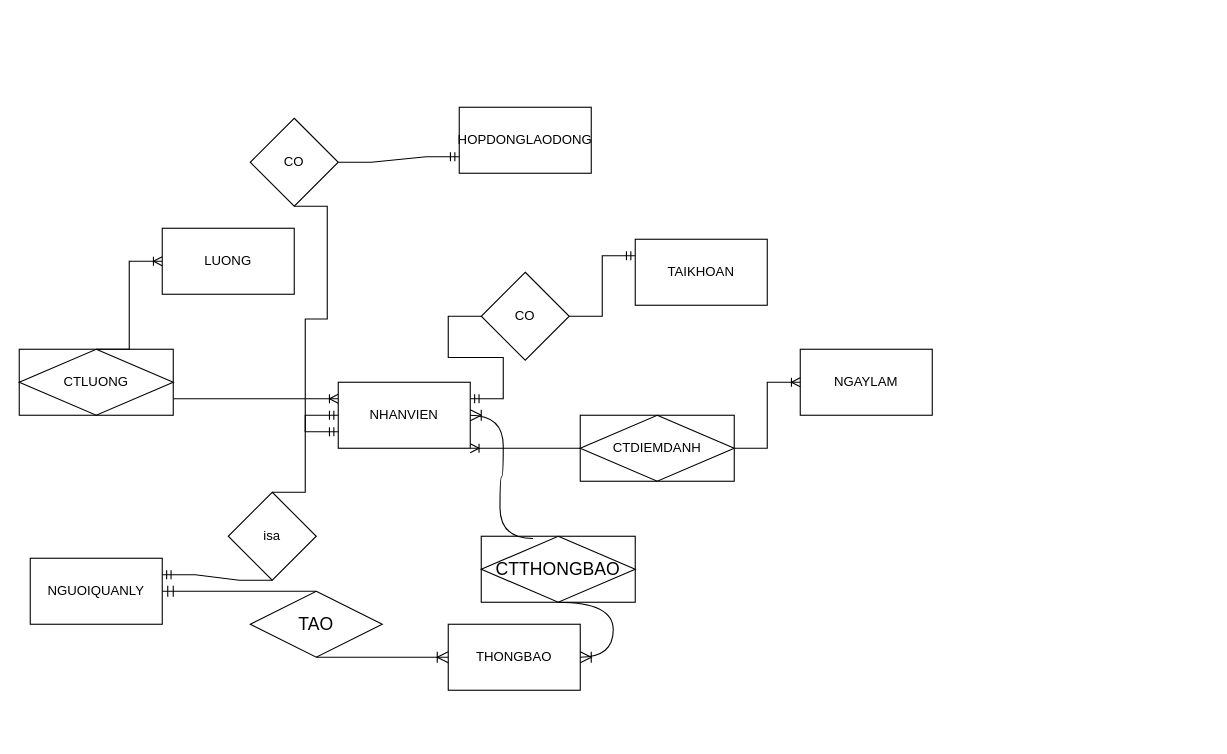
The draw.io diagram page "Trang-2" (2 of 2) of Biểu đồ không có tiêu đề.drawio in VanTruongPTITHCM2002/DoAnJava, before the edit. Source tidied: cells renumbered, new cells numbered last; positions are measured from the earlier drawing's top-left corner, leaving out a move shared by most shapes. Both pictures are drawn from the tidied source at 110%, with x=0, y=0 at pixel (19, 107).
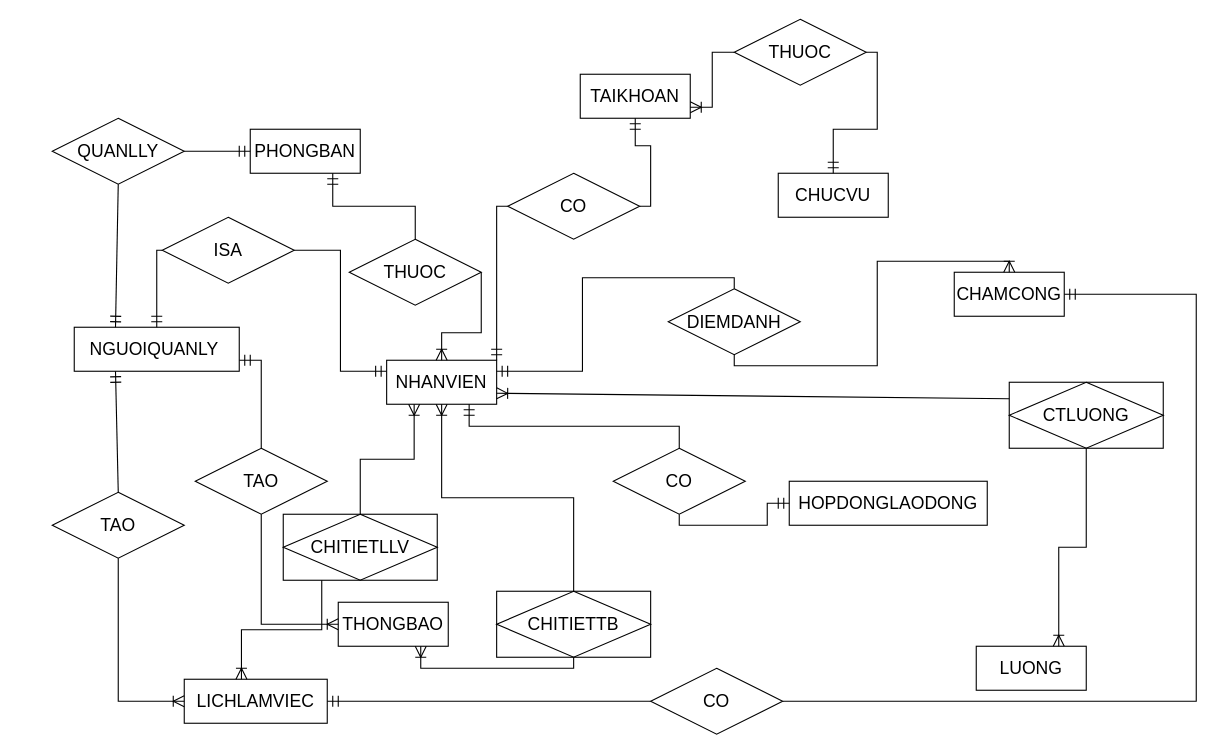
The same page after the edit.

Diff of the diagram source:
```diff
@@
-    <mxCell id="2" value="NHANVIEN" style="rounded=0;whiteSpace=wrap;html=1;" parent="1" vertex="1">
-      <mxGeometry x="290" y="250" width="120" height="60" as="geometry" />
+    <mxCell id="2" value="NHANVIEN" style="whiteSpace=wrap;html=1;align=center;fontSize=16;" parent="1" vertex="1">
+      <mxGeometry x="334" y="230" width="100" height="40" as="geometry" />
     </mxCell>
+    <mxCell id="6" value="TAIKHOAN" style="whiteSpace=wrap;html=1;align=center;fontSize=16;" parent="1" vertex="1">
+      <mxGeometry x="510" y="-30" width="100" height="40" as="geometry" />
+    </mxCell>
+    <mxCell id="4" value="NGUOIQUANLY&lt;span style=&quot;white-space: pre;&quot;&gt; &lt;/span&gt;" style="whiteSpace=wrap;html=1;align=center;fontSize=16;" parent="1" vertex="1">
+      <mxGeometry x="50" y="200" width="150" height="40" as="geometry" />
+    </mxCell>
+    <mxCell id="7" value="HOPDONGLAODONG" style="whiteSpace=wrap;html=1;align=center;fontSize=16;" parent="1" vertex="1">
+      <mxGeometry x="700" y="340" width="180" height="40" as="geometry" />
+    </mxCell>
+    <mxCell id="5" value="THONGBAO" style="whiteSpace=wrap;html=1;align=center;fontSize=16;" parent="1" vertex="1">
+      <mxGeometry x="290" y="450" width="100" height="40" as="geometry" />
+    </mxCell>
-    <mxCell id="3" value="LUONG" style="rounded=0;whiteSpace=wrap;html=1;rotation=0;" parent="1" vertex="1">
-      <mxGeometry x="130" y="110" width="120" height="60" as="geometry" />
+    <mxCell id="3" value="LUONG" style="whiteSpace=wrap;html=1;align=center;fontSize=16;" parent="1" vertex="1">
+      <mxGeometry x="870" y="490" width="100" height="40" as="geometry" />
     </mxCell>
-    <mxCell id="4" value="NGUOIQUANLY" style="rounded=0;whiteSpace=wrap;html=1;" parent="1" vertex="1">
-      <mxGeometry x="10" y="410" width="120" height="60" as="geometry" />
-    </mxCell>
-    <mxCell id="5" value="THONGBAO" style="rounded=0;whiteSpace=wrap;html=1;" parent="1" vertex="1">
-      <mxGeometry x="390" y="470" width="120" height="60" as="geometry" />
-    </mxCell>
-    <mxCell id="6" value="TAIKHOAN" style="rounded=0;whiteSpace=wrap;html=1;" parent="1" vertex="1">
-      <mxGeometry x="560" y="120" width="120" height="60" as="geometry" />
-    </mxCell>
-    <mxCell id="7" value="HOPDONGLAODONG" style="rounded=0;whiteSpace=wrap;html=1;direction=east;" parent="1" vertex="1">
-      <mxGeometry x="400" width="120" height="60" as="geometry" />
-    </mxCell>
-    <mxCell id="8" value="NGAYLAM" style="rounded=0;whiteSpace=wrap;html=1;" parent="1" vertex="1">
-      <mxGeometry x="710" y="220" width="120" height="60" as="geometry" />
-    </mxCell>
-    <mxCell id="9" value="isa" style="rhombus;whiteSpace=wrap;html=1;" parent="1" vertex="1">
-      <mxGeometry x="190" y="350" width="80" height="80" as="geometry" />
-    </mxCell>
-    <mxCell id="10" style="edgeStyle=entityRelationEdgeStyle;fontSize=12;html=1;endArrow=ERmandOne;rounded=0;entryX=1;entryY=0.25;entryDx=0;entryDy=0;exitX=0.5;exitY=1;exitDx=0;exitDy=0;" parent="1" edge="1" source="9" target="4">
-      <mxGeometry relative="1" as="geometry" />
-    </mxCell>
-    <mxCell id="11" style="edgeStyle=entityRelationEdgeStyle;fontSize=12;html=1;endArrow=ERmandOne;rounded=0;exitX=0.5;exitY=0;exitDx=0;exitDy=0;" parent="1" edge="1" source="9" target="2">
-      <mxGeometry relative="1" as="geometry" />
-    </mxCell>
-    <mxCell id="12" style="edgeStyle=entityRelationEdgeStyle;fontSize=12;html=1;endArrow=ERmandOne;rounded=0;exitX=0;exitY=0.5;exitDx=0;exitDy=0;entryX=1;entryY=0.25;entryDx=0;entryDy=0;" parent="1" edge="1" source="13" target="2">
-      <mxGeometry relative="1" as="geometry" />
-    </mxCell>
-    <mxCell id="13" value="CO" style="rhombus;whiteSpace=wrap;html=1;" parent="1" vertex="1">
-      <mxGeometry x="420" y="150" width="80" height="80" as="geometry" />
-    </mxCell>
-    <mxCell id="14" style="edgeStyle=entityRelationEdgeStyle;fontSize=12;html=1;endArrow=ERmandOne;rounded=0;exitX=1;exitY=0.5;exitDx=0;exitDy=0;entryX=0;entryY=0.25;entryDx=0;entryDy=0;" parent="1" edge="1" source="13" target="6">
-      <mxGeometry relative="1" as="geometry" />
-    </mxCell>
+    <mxCell id="31" value="CHUCVU" style="whiteSpace=wrap;html=1;align=center;fontSize=16;" parent="1" vertex="1">
+      <mxGeometry x="690" y="60" width="100" height="40" as="geometry" />
+    </mxCell>
+    <mxCell id="32" value="CHAMCONG" style="whiteSpace=wrap;html=1;align=center;fontSize=16;" parent="1" vertex="1">
+      <mxGeometry x="850" y="150" width="100" height="40" as="geometry" />
+    </mxCell>
+    <mxCell id="33" value="ISA" style="shape=rhombus;perimeter=rhombusPerimeter;whiteSpace=wrap;html=1;align=center;fontSize=16;" parent="1" vertex="1">
+      <mxGeometry x="130" y="100" width="120" height="60" as="geometry" />
+    </mxCell>
+    <mxCell id="34" style="fontSize=12;html=1;endArrow=ERmandOne;rounded=0;startSize=8;endSize=8;exitX=0;exitY=0.5;exitDx=0;exitDy=0;entryX=0.5;entryY=0;entryDx=0;entryDy=0;edgeStyle=orthogonalEdgeStyle;" parent="1" edge="1" source="33" target="4">
+      <mxGeometry relative="1" as="geometry">
+        <Array as="points">
+          <mxPoint x="125" y="130" />
+        </Array>
+      </mxGeometry>
+    </mxCell>
+    <mxCell id="35" style="fontSize=12;html=1;endArrow=ERmandOne;rounded=0;startSize=8;endSize=8;exitX=1;exitY=0.5;exitDx=0;exitDy=0;entryX=0;entryY=0.25;entryDx=0;entryDy=0;edgeStyle=orthogonalEdgeStyle;" parent="1" edge="1" source="33" target="2">
+      <mxGeometry relative="1" as="geometry" />
+    </mxCell>
+    <mxCell id="36" value="LICHLAMVIEC" style="whiteSpace=wrap;html=1;align=center;fontSize=16;" parent="1" vertex="1">
+      <mxGeometry x="150" y="520" width="130" height="40" as="geometry" />
+    </mxCell>
+    <mxCell id="37" value="CO" style="shape=rhombus;perimeter=rhombusPerimeter;whiteSpace=wrap;html=1;align=center;fontSize=16;" parent="1" vertex="1">
+      <mxGeometry x="444" y="60" width="120" height="60" as="geometry" />
+    </mxCell>
+    <mxCell id="38" style="fontSize=12;html=1;endArrow=ERmandOne;rounded=0;startSize=8;endSize=8;exitX=0;exitY=0.5;exitDx=0;exitDy=0;entryX=1;entryY=0;entryDx=0;entryDy=0;edgeStyle=orthogonalEdgeStyle;" parent="1" edge="1" source="37" target="2">
+      <mxGeometry relative="1" as="geometry" />
+    </mxCell>
+    <mxCell id="39" style="edgeStyle=none;rounded=0;orthogonalLoop=1;jettySize=auto;html=1;exitX=1;exitY=0;exitDx=0;exitDy=0;fontSize=12;startSize=8;endSize=8;" parent="1" edge="1" source="37" target="37">
+      <mxGeometry relative="1" as="geometry" />
+    </mxCell>
+    <mxCell id="40" style="fontSize=12;html=1;endArrow=ERmandOne;rounded=0;startSize=8;endSize=8;exitX=1;exitY=0.5;exitDx=0;exitDy=0;entryX=0.5;entryY=1;entryDx=0;entryDy=0;edgeStyle=orthogonalEdgeStyle;" parent="1" edge="1" source="37" target="6">
+      <mxGeometry relative="1" as="geometry" />
+    </mxCell>
+    <mxCell id="41" style="fontSize=12;html=1;endArrow=ERmandOne;rounded=0;startSize=8;endSize=8;exitX=0.5;exitY=0;exitDx=0;exitDy=0;entryX=0.75;entryY=1;entryDx=0;entryDy=0;edgeStyle=orthogonalEdgeStyle;" parent="1" edge="1" source="64" target="2">
+      <mxGeometry relative="1" as="geometry" />
+    </mxCell>
+    <mxCell id="42" style="fontSize=12;html=1;endArrow=ERmandOne;rounded=0;startSize=8;endSize=8;exitX=0.5;exitY=1;exitDx=0;exitDy=0;edgeStyle=orthogonalEdgeStyle;" parent="1" edge="1" source="64" target="7">
+      <mxGeometry relative="1" as="geometry" />
+    </mxCell>
+    <mxCell id="43" value="PHONGBAN" style="whiteSpace=wrap;html=1;align=center;fontSize=16;" parent="1" vertex="1">
+      <mxGeometry x="210" y="20" width="100" height="40" as="geometry" />
+    </mxCell>
+    <mxCell id="44" style="fontSize=12;html=1;endArrow=ERmandOne;rounded=0;startSize=8;endSize=8;exitX=0.5;exitY=0;exitDx=0;exitDy=0;edgeStyle=orthogonalEdgeStyle;entryX=1;entryY=0.75;entryDx=0;entryDy=0;" parent="1" edge="1" source="45" target="4">
+      <mxGeometry relative="1" as="geometry" />
+    </mxCell>
+    <mxCell id="45" value="TAO" style="shape=rhombus;perimeter=rhombusPerimeter;whiteSpace=wrap;html=1;align=center;fontSize=16;" parent="1" vertex="1">
+      <mxGeometry x="160" y="310" width="120" height="60" as="geometry" />
+    </mxCell>
+    <mxCell id="46" style="fontSize=12;html=1;endArrow=ERoneToMany;rounded=0;startSize=8;endSize=8;exitX=0.5;exitY=1;exitDx=0;exitDy=0;entryX=0;entryY=0.5;entryDx=0;entryDy=0;edgeStyle=orthogonalEdgeStyle;" parent="1" edge="1" source="45" target="5">
+      <mxGeometry relative="1" as="geometry" />
+    </mxCell>
+    <mxCell id="47" value="CHITIETTB" style="shape=associativeEntity;whiteSpace=wrap;html=1;align=center;fontSize=16;" parent="1" vertex="1">
+      <mxGeometry x="434" y="440" width="140" height="60" as="geometry" />
+    </mxCell>
+    <mxCell id="48" style="fontSize=12;html=1;endArrow=ERoneToMany;rounded=0;startSize=8;endSize=8;exitX=0.5;exitY=0;exitDx=0;exitDy=0;entryX=0.5;entryY=1;entryDx=0;entryDy=0;edgeStyle=orthogonalEdgeStyle;" parent="1" edge="1" source="47" target="2">
+      <mxGeometry relative="1" as="geometry" />
+    </mxCell>
+    <mxCell id="49" value="THUOC" style="shape=rhombus;perimeter=rhombusPerimeter;whiteSpace=wrap;html=1;align=center;fontSize=16;" parent="1" vertex="1">
+      <mxGeometry x="650" y="-80" width="120" height="60" as="geometry" />
+    </mxCell>
+    <mxCell id="50" style="fontSize=12;html=1;endArrow=ERmandOne;rounded=0;startSize=8;endSize=8;exitX=1;exitY=0.5;exitDx=0;exitDy=0;entryX=0.5;entryY=0;entryDx=0;entryDy=0;edgeStyle=orthogonalEdgeStyle;" parent="1" edge="1" source="49" target="31">
+      <mxGeometry relative="1" as="geometry" />
+    </mxCell>
+    <mxCell id="51" style="fontSize=12;html=1;endArrow=ERoneToMany;rounded=0;startSize=8;endSize=8;exitX=0;exitY=0.5;exitDx=0;exitDy=0;entryX=1;entryY=0.75;entryDx=0;entryDy=0;edgeStyle=orthogonalEdgeStyle;" parent="1" edge="1" source="49" target="6">
+      <mxGeometry relative="1" as="geometry" />
+    </mxCell>
-    <mxCell id="15" value="CTLUONG" style="shape=associativeEntity;whiteSpace=wrap;html=1;align=center;" parent="1" vertex="1">
-      <mxGeometry y="220" width="140" height="60" as="geometry" />
+    <mxCell id="15" value="CTLUONG" style="shape=associativeEntity;whiteSpace=wrap;html=1;align=center;fontSize=16;" parent="1" vertex="1">
+      <mxGeometry x="900" y="250" width="140" height="60" as="geometry" />
     </mxCell>
+    <mxCell id="17" style="fontSize=12;html=1;endArrow=ERoneToMany;rounded=0;startSize=8;endSize=8;exitX=0.5;exitY=1;exitDx=0;exitDy=0;entryX=0.75;entryY=0;entryDx=0;entryDy=0;edgeStyle=orthogonalEdgeStyle;" parent="1" edge="1" source="15" target="3">
+      <mxGeometry relative="1" as="geometry" />
+    </mxCell>
-    <mxCell id="16" style="edgeStyle=entityRelationEdgeStyle;fontSize=12;html=1;endArrow=ERoneToMany;rounded=0;exitX=1;exitY=0.75;exitDx=0;exitDy=0;entryX=0;entryY=0.25;entryDx=0;entryDy=0;" parent="1" edge="1" source="15" target="2">
+    <mxCell id="16" style="fontSize=12;html=1;endArrow=ERoneToMany;rounded=0;startSize=8;endSize=8;exitX=0;exitY=0.25;exitDx=0;exitDy=0;entryX=1;entryY=0.75;entryDx=0;entryDy=0;" parent="1" edge="1" source="15" target="2">
       <mxGeometry relative="1" as="geometry" />
     </mxCell>
-    <mxCell id="17" style="edgeStyle=entityRelationEdgeStyle;fontSize=12;html=1;endArrow=ERoneToMany;rounded=0;exitX=0.5;exitY=0;exitDx=0;exitDy=0;entryX=0;entryY=0.5;entryDx=0;entryDy=0;" parent="1" edge="1" source="15" target="3">
-      <mxGeometry relative="1" as="geometry" />
-    </mxCell>
-    <mxCell id="18" value="CO" style="rhombus;whiteSpace=wrap;html=1;" parent="1" vertex="1">
-      <mxGeometry x="210" y="10" width="80" height="80" as="geometry" />
-    </mxCell>
-    <mxCell id="19" style="edgeStyle=entityRelationEdgeStyle;fontSize=12;html=1;endArrow=ERmandOne;rounded=0;exitX=0.5;exitY=1;exitDx=0;exitDy=0;entryX=0;entryY=0.75;entryDx=0;entryDy=0;" parent="1" edge="1" source="18" target="2">
-      <mxGeometry relative="1" as="geometry" />
-    </mxCell>
-    <mxCell id="20" style="edgeStyle=entityRelationEdgeStyle;fontSize=12;html=1;endArrow=ERmandOne;rounded=0;exitX=1;exitY=0.5;exitDx=0;exitDy=0;entryX=0;entryY=0.75;entryDx=0;entryDy=0;" parent="1" edge="1" source="18" target="7">
-      <mxGeometry relative="1" as="geometry" />
-    </mxCell>
-    <mxCell id="21" value="CTDIEMDANH" style="shape=associativeEntity;whiteSpace=wrap;html=1;align=center;" parent="1" vertex="1">
-      <mxGeometry x="510" y="280" width="140" height="60" as="geometry" />
-    </mxCell>
-    <mxCell id="22" style="edgeStyle=entityRelationEdgeStyle;fontSize=12;html=1;endArrow=ERoneToMany;rounded=0;exitX=0;exitY=0.5;exitDx=0;exitDy=0;entryX=1;entryY=1;entryDx=0;entryDy=0;" parent="1" edge="1" source="21" target="2">
-      <mxGeometry relative="1" as="geometry" />
-    </mxCell>
-    <mxCell id="23" style="edgeStyle=entityRelationEdgeStyle;fontSize=12;html=1;endArrow=ERoneToMany;rounded=0;exitX=1;exitY=0.5;exitDx=0;exitDy=0;entryX=0;entryY=0.5;entryDx=0;entryDy=0;" parent="1" edge="1" source="21" target="8">
-      <mxGeometry relative="1" as="geometry" />
-    </mxCell>
-    <mxCell id="24" style="edgeStyle=none;curved=1;rounded=0;orthogonalLoop=1;jettySize=auto;html=1;exitX=0.5;exitY=0;exitDx=0;exitDy=0;fontSize=12;startSize=8;endSize=8;" parent="1" edge="1" source="7" target="7">
-      <mxGeometry relative="1" as="geometry" />
-    </mxCell>
-    <mxCell id="25" value="CTTHONGBAO" style="shape=associativeEntity;whiteSpace=wrap;html=1;align=center;fontSize=16;" parent="1" vertex="1">
-      <mxGeometry x="420" y="390" width="140" height="60" as="geometry" />
-    </mxCell>
-    <mxCell id="26" style="edgeStyle=entityRelationEdgeStyle;fontSize=12;html=1;endArrow=ERoneToMany;rounded=0;startSize=8;endSize=8;curved=1;exitX=0.336;exitY=0.033;exitDx=0;exitDy=0;exitPerimeter=0;entryX=1;entryY=0.5;entryDx=0;entryDy=0;" parent="1" edge="1" source="25" target="2">
-      <mxGeometry relative="1" as="geometry" />
-    </mxCell>
-    <mxCell id="27" style="edgeStyle=entityRelationEdgeStyle;fontSize=12;html=1;endArrow=ERoneToMany;rounded=0;startSize=8;endSize=8;curved=1;exitX=0.5;exitY=1;exitDx=0;exitDy=0;" parent="1" edge="1" source="25" target="5">
-      <mxGeometry relative="1" as="geometry" />
-    </mxCell>
-    <mxCell id="28" value="TAO" style="shape=rhombus;perimeter=rhombusPerimeter;whiteSpace=wrap;html=1;align=center;fontSize=16;" parent="1" vertex="1">
-      <mxGeometry x="210" y="440" width="120" height="60" as="geometry" />
-    </mxCell>
-    <mxCell id="29" style="edgeStyle=entityRelationEdgeStyle;fontSize=12;html=1;endArrow=ERmandOne;rounded=0;startSize=8;endSize=8;curved=1;exitX=0.5;exitY=0;exitDx=0;exitDy=0;" parent="1" edge="1" source="28" target="4">
-      <mxGeometry relative="1" as="geometry" />
-    </mxCell>
-    <mxCell id="30" style="edgeStyle=entityRelationEdgeStyle;fontSize=12;html=1;endArrow=ERoneToMany;rounded=0;startSize=8;endSize=8;curved=1;exitX=0.5;exitY=1;exitDx=0;exitDy=0;entryX=0;entryY=0.5;entryDx=0;entryDy=0;" parent="1" edge="1" source="28" target="5">
-      <mxGeometry relative="1" as="geometry" />
-    </mxCell>
+    <mxCell id="52" value="DIEMDANH" style="shape=rhombus;perimeter=rhombusPerimeter;whiteSpace=wrap;html=1;align=center;fontSize=16;" parent="1" vertex="1">
+      <mxGeometry x="590" y="165" width="120" height="60" as="geometry" />
+    </mxCell>
+    <mxCell id="53" style="fontSize=12;html=1;endArrow=ERmandOne;rounded=0;startSize=8;endSize=8;exitX=0.5;exitY=0;exitDx=0;exitDy=0;entryX=1;entryY=0.25;entryDx=0;entryDy=0;edgeStyle=orthogonalEdgeStyle;" parent="1" edge="1" source="52" target="2">
+      <mxGeometry relative="1" as="geometry" />
+    </mxCell>
+    <mxCell id="54" style="fontSize=12;html=1;endArrow=ERoneToMany;rounded=0;startSize=8;endSize=8;exitX=0.5;exitY=1;exitDx=0;exitDy=0;entryX=0.5;entryY=0;entryDx=0;entryDy=0;edgeStyle=orthogonalEdgeStyle;" parent="1" edge="1" source="52" target="32">
+      <mxGeometry relative="1" as="geometry" />
+    </mxCell>
+    <mxCell id="55" value="TAO" style="shape=rhombus;perimeter=rhombusPerimeter;whiteSpace=wrap;html=1;align=center;fontSize=16;" parent="1" vertex="1">
+      <mxGeometry x="30" y="350" width="120" height="60" as="geometry" />
+    </mxCell>
+    <mxCell id="56" style="fontSize=12;html=1;endArrow=ERmandOne;rounded=0;startSize=8;endSize=8;exitX=0.5;exitY=0;exitDx=0;exitDy=0;entryX=0.25;entryY=1;entryDx=0;entryDy=0;" parent="1" edge="1" source="55" target="4">
+      <mxGeometry relative="1" as="geometry" />
+    </mxCell>
+    <mxCell id="57" style="fontSize=12;html=1;endArrow=ERoneToMany;rounded=0;startSize=8;endSize=8;exitX=0.5;exitY=1;exitDx=0;exitDy=0;entryX=0;entryY=0.5;entryDx=0;entryDy=0;edgeStyle=orthogonalEdgeStyle;" parent="1" edge="1" source="55" target="36">
+      <mxGeometry relative="1" as="geometry" />
+    </mxCell>
+    <mxCell id="58" value="THUOC" style="shape=rhombus;perimeter=rhombusPerimeter;whiteSpace=wrap;html=1;align=center;fontSize=16;" parent="1" vertex="1">
+      <mxGeometry x="300" y="120" width="120" height="60" as="geometry" />
+    </mxCell>
+    <mxCell id="59" style="fontSize=12;html=1;endArrow=ERmandOne;rounded=0;startSize=8;endSize=8;exitX=0.5;exitY=0;exitDx=0;exitDy=0;entryX=0.75;entryY=1;entryDx=0;entryDy=0;edgeStyle=orthogonalEdgeStyle;" parent="1" edge="1" source="58" target="43">
+      <mxGeometry relative="1" as="geometry" />
+    </mxCell>
+    <mxCell id="60" style="fontSize=12;html=1;endArrow=ERoneToMany;rounded=0;startSize=8;endSize=8;exitX=1;exitY=0.5;exitDx=0;exitDy=0;entryX=0.5;entryY=0;entryDx=0;entryDy=0;edgeStyle=orthogonalEdgeStyle;" parent="1" edge="1" source="58" target="2">
+      <mxGeometry relative="1" as="geometry">
+        <Array as="points">
+          <mxPoint x="420" y="205" />
+          <mxPoint x="384" y="205" />
+        </Array>
+      </mxGeometry>
+    </mxCell>
+    <mxCell id="61" value="QUANLLY" style="shape=rhombus;perimeter=rhombusPerimeter;whiteSpace=wrap;html=1;align=center;fontSize=16;" parent="1" vertex="1">
+      <mxGeometry x="30" y="10" width="120" height="60" as="geometry" />
+    </mxCell>
+    <mxCell id="62" style="fontSize=12;html=1;endArrow=ERmandOne;rounded=0;startSize=8;endSize=8;exitX=0.5;exitY=1;exitDx=0;exitDy=0;entryX=0.25;entryY=0;entryDx=0;entryDy=0;" parent="1" edge="1" source="61" target="4">
+      <mxGeometry relative="1" as="geometry" />
+    </mxCell>
+    <mxCell id="63" style="fontSize=12;html=1;endArrow=ERmandOne;rounded=0;startSize=8;endSize=8;exitX=1;exitY=0.5;exitDx=0;exitDy=0;entryX=0;entryY=0.5;entryDx=0;entryDy=0;" parent="1" edge="1" source="61" target="43">
+      <mxGeometry relative="1" as="geometry" />
+    </mxCell>
+    <mxCell id="64" value="CO" style="shape=rhombus;perimeter=rhombusPerimeter;whiteSpace=wrap;html=1;align=center;fontSize=16;" parent="1" vertex="1">
+      <mxGeometry x="540" y="310" width="120" height="60" as="geometry" />
+    </mxCell>
+    <mxCell id="65" style="fontSize=12;html=1;endArrow=ERoneToMany;rounded=0;startSize=8;endSize=8;exitX=0.5;exitY=1;exitDx=0;exitDy=0;entryX=0.75;entryY=1;entryDx=0;entryDy=0;edgeStyle=orthogonalEdgeStyle;" parent="1" edge="1" source="47" target="5">
+      <mxGeometry relative="1" as="geometry" />
+    </mxCell>
+    <mxCell id="66" value="CO" style="shape=rhombus;perimeter=rhombusPerimeter;whiteSpace=wrap;html=1;align=center;fontSize=16;" parent="1" vertex="1">
+      <mxGeometry x="574" y="510" width="120" height="60" as="geometry" />
+    </mxCell>
+    <mxCell id="67" style="fontSize=12;html=1;endArrow=ERmandOne;rounded=0;startSize=8;endSize=8;exitX=0;exitY=0.5;exitDx=0;exitDy=0;entryX=1;entryY=0.5;entryDx=0;entryDy=0;" parent="1" edge="1" source="66" target="36">
+      <mxGeometry relative="1" as="geometry" />
+    </mxCell>
+    <mxCell id="68" style="edgeStyle=orthogonalEdgeStyle;fontSize=12;html=1;endArrow=ERmandOne;rounded=0;startSize=8;endSize=8;exitX=1;exitY=0.5;exitDx=0;exitDy=0;entryX=1;entryY=0.5;entryDx=0;entryDy=0;" parent="1" edge="1" source="66" target="32">
+      <mxGeometry relative="1" as="geometry">
+        <Array as="points">
+          <mxPoint x="1070" y="540" />
+          <mxPoint x="1070" y="170" />
+        </Array>
+      </mxGeometry>
+    </mxCell>
+    <mxCell id="69" value="CHITIETLLV" style="shape=associativeEntity;whiteSpace=wrap;html=1;align=center;fontSize=16;" parent="1" vertex="1">
+      <mxGeometry x="240" y="370" width="140" height="60" as="geometry" />
+    </mxCell>
+    <mxCell id="70" style="fontSize=12;html=1;endArrow=ERoneToMany;rounded=0;startSize=8;endSize=8;exitX=0.5;exitY=0;exitDx=0;exitDy=0;entryX=0.25;entryY=1;entryDx=0;entryDy=0;edgeStyle=orthogonalEdgeStyle;" parent="1" edge="1" source="69" target="2">
+      <mxGeometry relative="1" as="geometry" />
+    </mxCell>
+    <mxCell id="71" style="fontSize=12;html=1;endArrow=ERoneToMany;rounded=0;startSize=8;endSize=8;exitX=0.25;exitY=1;exitDx=0;exitDy=0;entryX=0.4;entryY=0;entryDx=0;entryDy=0;entryPerimeter=0;edgeStyle=orthogonalEdgeStyle;" parent="1" edge="1" source="69" target="36">
+      <mxGeometry relative="1" as="geometry" />
+    </mxCell>
```
